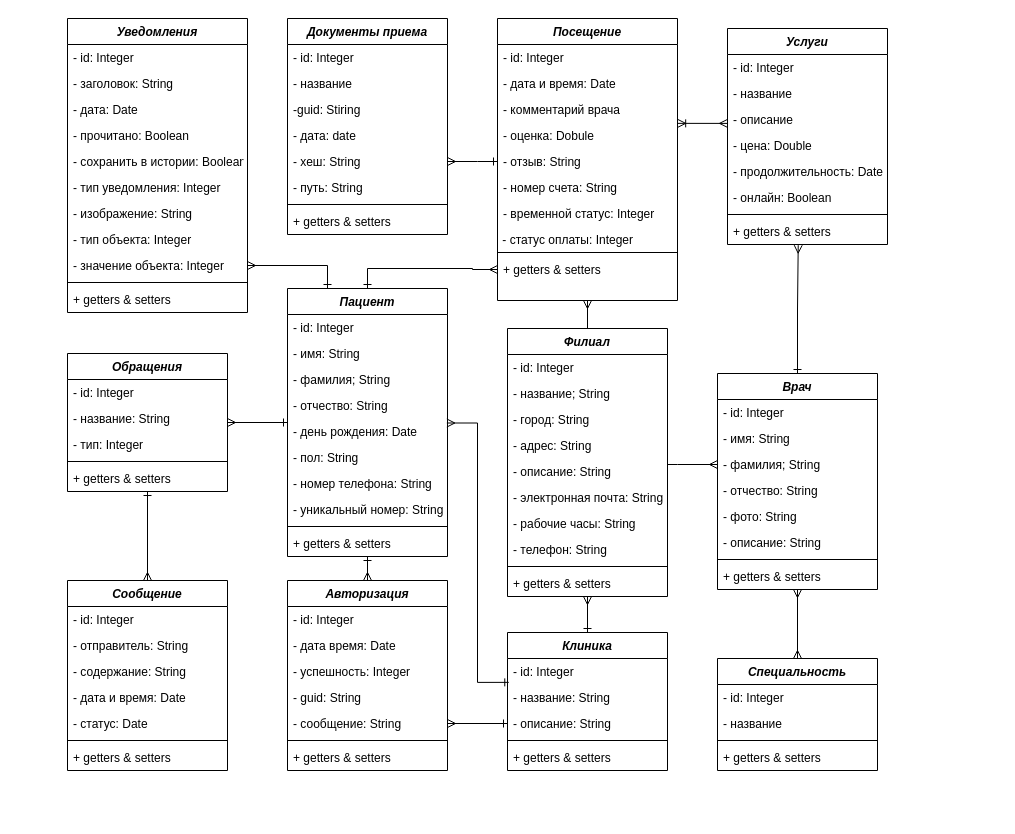
Earlier version of the draw.io diagram Диаграмма без названия.drawio (Empat1/APIstart). Source tidied: cells renumbered, new cells numbered last; positions are measured from the earlier drawing's top-left corner, leaving out a move shared by most shapes. Both pictures are drawn from the tidied source at 100%, with x=0, y=0 at pixel (67, 18).
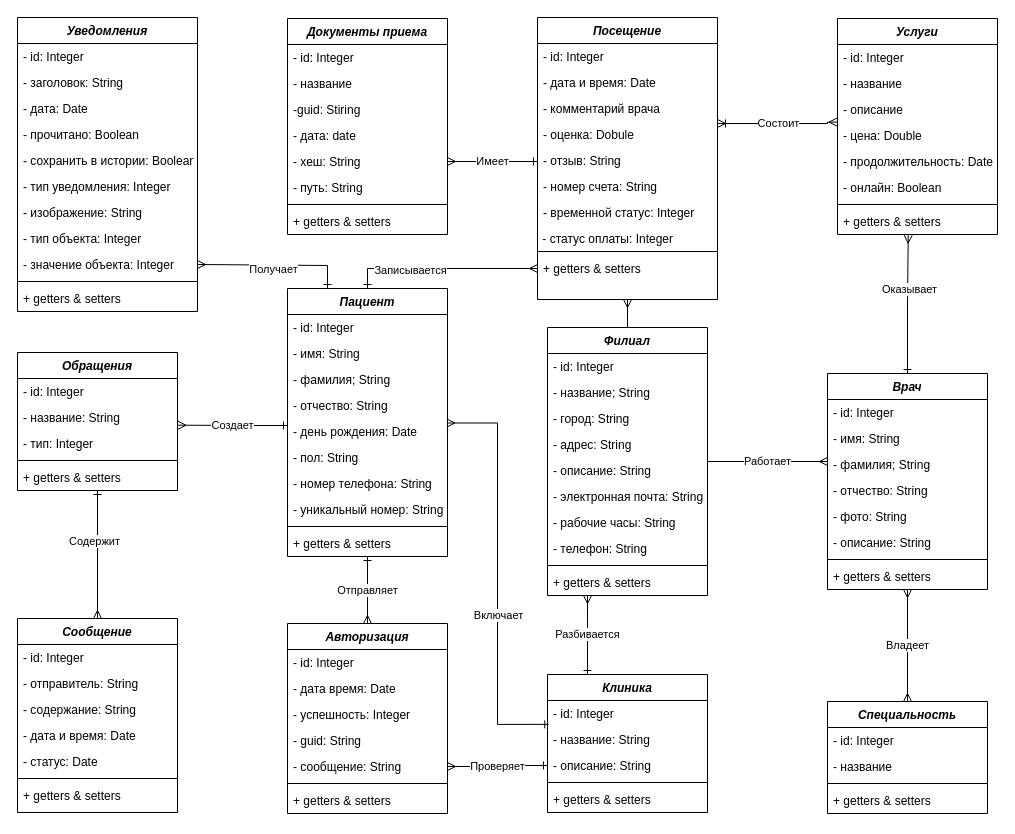
The same diagram, later.

The change refers to these unchanged cells:
```xml
<mxCell id="2" style="edgeStyle=orthogonalEdgeStyle;rounded=0;jettySize=auto;html=1;entryX=0.5;entryY=0;entryDx=0;entryDy=0;startArrow=ERone;startFill=0;endArrow=ERmany;endFill=0;" parent="1" edge="1" source="3" target="104">
  <mxGeometry relative="1" as="geometry" />
</mxCell>
<mxCell id="5" value="- название: String" style="text;align=left;verticalAlign=top;spacingLeft=4;spacingRight=4;overflow=hidden;points=[[0,0.5],[1,0.5]];portConstraint=eastwest;rounded=0;shadow=0;html=0;" parent="3" vertex="1">
  <mxGeometry y="52" width="160" height="26" as="geometry" />
</mxCell>
<mxCell id="10" style="edgeStyle=orthogonalEdgeStyle;rounded=0;jettySize=auto;html=1;entryX=0.996;entryY=0.173;entryDx=0;entryDy=0;entryPerimeter=0;startArrow=ERone;startFill=0;endArrow=ERmany;endFill=0;exitX=0.008;exitY=0.918;exitDx=0;exitDy=0;exitPerimeter=0;" parent="1" edge="1" source="12" target="39">
  <mxGeometry relative="1" as="geometry" />
</mxCell>
<mxCell id="14" value="- описание: String" style="text;align=left;verticalAlign=top;spacingLeft=4;spacingRight=4;overflow=hidden;points=[[0,0.5],[1,0.5]];portConstraint=eastwest;rounded=0;shadow=0;html=0;" parent="11" vertex="1">
  <mxGeometry y="78" width="160" height="26" as="geometry" />
</mxCell>
<mxCell id="31" style="edgeStyle=orthogonalEdgeStyle;rounded=0;jettySize=auto;html=1;entryX=1;entryY=0.5;entryDx=0;entryDy=0;startArrow=ERone;startFill=0;endArrow=ERmany;endFill=0;exitX=0.25;exitY=0;exitDx=0;exitDy=0;" parent="1" edge="1" source="34" target="63">
  <mxGeometry relative="1" as="geometry">
    <Array as="points">
      <mxPoint x="260" y="247" />
    </Array>
  </mxGeometry>
</mxCell>
<mxCell id="32" style="edgeStyle=orthogonalEdgeStyle;rounded=0;jettySize=auto;html=1;entryX=0;entryY=0.5;entryDx=0;entryDy=0;startArrow=ERone;startFill=0;endArrow=ERmany;endFill=0;" parent="1" edge="1" source="34" target="103">
  <mxGeometry relative="1" as="geometry" />
</mxCell>
<mxCell id="34" value="Пациент " style="swimlane;fontStyle=3;align=center;verticalAlign=top;horizontal=1;startSize=26;rounded=0;shadow=0;strokeWidth=1;" parent="1" vertex="1">
  <mxGeometry x="220" y="270" width="160" height="268" as="geometry" />
</mxCell>
<mxCell id="50" value="- сообщение: String" style="text;align=left;verticalAlign=top;spacingLeft=4;spacingRight=4;overflow=hidden;points=[[0,0.5],[1,0.5]];portConstraint=eastwest;rounded=0;shadow=0;html=0;" parent="45" vertex="1">
  <mxGeometry y="130" width="160" height="26" as="geometry" />
</mxCell>
<mxCell id="67" style="edgeStyle=orthogonalEdgeStyle;rounded=0;jettySize=auto;html=1;startArrow=ERone;startFill=0;endArrow=ERmany;endFill=0;entryX=0.442;entryY=1.026;entryDx=0;entryDy=0;entryPerimeter=0;" parent="1" edge="1" source="68" target="91">
  <mxGeometry relative="1" as="geometry" />
</mxCell>
<mxCell id="71" value="- фамилия; String" style="text;align=left;verticalAlign=top;spacingLeft=4;spacingRight=4;overflow=hidden;points=[[0,0.5],[1,0.5]];portConstraint=eastwest;rounded=0;shadow=0;html=0;" parent="68" vertex="1">
  <mxGeometry y="78" width="160" height="26" as="geometry" />
</mxCell>
<mxCell id="86" value="- описание" style="text;align=left;verticalAlign=top;spacingLeft=4;spacingRight=4;overflow=hidden;points=[[0,0.5],[1,0.5]];portConstraint=eastwest;rounded=0;shadow=0;html=0;" parent="83" vertex="1">
  <mxGeometry y="78" width="160" height="26" as="geometry" />
</mxCell>
<mxCell id="97" value="- оценка: Dobule" style="text;align=left;verticalAlign=top;spacingLeft=4;spacingRight=4;overflow=hidden;points=[[0,0.5],[1,0.5]];portConstraint=eastwest;rounded=0;shadow=0;html=0;" parent="93" vertex="1">
  <mxGeometry y="104" width="180" height="26" as="geometry" />
</mxCell>
<mxCell id="117" value="- хеш: String" style="text;align=left;verticalAlign=top;spacingLeft=4;spacingRight=4;overflow=hidden;points=[[0,0.5],[1,0.5]];portConstraint=eastwest;rounded=0;shadow=0;html=0;" parent="112" vertex="1">
  <mxGeometry y="130" width="160" height="26" as="geometry" />
</mxCell>
```

The edit, as a diff of the source:
```diff
@@
+    <mxCell id="121" value="Содержит" style="edgeLabel;html=1;align=center;verticalAlign=middle;" parent="2" vertex="1">
+      <mxGeometry x="-0.22" y="-4" relative="1" as="geometry" />
+    </mxCell>
     <mxCell id="3" value="Обращения" style="swimlane;fontStyle=3;align=center;verticalAlign=top;horizontal=1;startSize=26;rounded=0;shadow=0;strokeWidth=1;" parent="1" vertex="1">
-      <mxGeometry y="335" width="160" height="138" as="geometry" />
+      <mxGeometry x="-50" y="334" width="160" height="138" as="geometry" />
     </mxCell>
@@
-    <mxCell id="9" style="edgeStyle=orthogonalEdgeStyle;rounded=0;jettySize=auto;html=1;endArrow=ERmany;endFill=0;startArrow=ERone;startFill=0;" parent="1" edge="1" source="11" target="19">
-      <mxGeometry relative="1" as="geometry" />
+    <mxCell id="9" value="Разбивается" style="edgeStyle=orthogonalEdgeStyle;rounded=0;jettySize=auto;html=1;endArrow=ERmany;endFill=0;startArrow=ERone;startFill=0;" parent="1" edge="1" source="11" target="19">
+      <mxGeometry relative="1" as="geometry">
+        <Array as="points">
+          <mxPoint x="520" y="600" />
+          <mxPoint x="520" y="600" />
+        </Array>
+      </mxGeometry>
     </mxCell>
@@
+    <mxCell id="122" value="Включает" style="edgeLabel;html=1;align=center;verticalAlign=middle;" parent="10" vertex="1">
+      <mxGeometry x="-0.2" relative="1" as="geometry" />
+    </mxCell>
     <mxCell id="11" value="Клиника" style="swimlane;fontStyle=3;align=center;verticalAlign=top;horizontal=1;startSize=26;rounded=0;shadow=0;strokeWidth=1;" parent="1" vertex="1">
-      <mxGeometry x="440" y="614" width="160" height="138" as="geometry" />
+      <mxGeometry x="480" y="656" width="160" height="138" as="geometry" />
     </mxCell>
@@
-    <mxCell id="17" style="edgeStyle=orthogonalEdgeStyle;rounded=0;jettySize=auto;html=1;startArrow=baseDash;startFill=0;endArrow=ERmany;endFill=0;" parent="1" edge="1" source="19" target="71">
+    <mxCell id="17" value="Работает" style="edgeStyle=orthogonalEdgeStyle;rounded=0;jettySize=auto;html=1;startArrow=baseDash;startFill=0;endArrow=ERmany;endFill=0;" parent="1" edge="1" source="19" target="71">
       <mxGeometry relative="1" as="geometry">
         <Array as="points">
           <mxPoint x="610" y="446" />
           <mxPoint x="610" y="446" />
         </Array>
       </mxGeometry>
     </mxCell>
@@
     <mxCell id="19" value="Филиал" style="swimlane;fontStyle=3;align=center;verticalAlign=top;horizontal=1;startSize=26;rounded=0;shadow=0;strokeWidth=1;" parent="1" vertex="1">
-      <mxGeometry x="440" y="310" width="160" height="268" as="geometry" />
+      <mxGeometry x="480" y="309" width="160" height="268" as="geometry" />
     </mxCell>
@@
-    <mxCell id="30" style="edgeStyle=orthogonalEdgeStyle;rounded=0;jettySize=auto;html=1;entryX=0.5;entryY=0;entryDx=0;entryDy=0;startArrow=ERone;startFill=0;endArrow=ERmany;endFill=0;" parent="1" edge="1" source="34" target="45">
+    <mxCell id="30" value="Отправляет" style="edgeStyle=orthogonalEdgeStyle;rounded=0;jettySize=auto;html=1;entryX=0.5;entryY=0;entryDx=0;entryDy=0;startArrow=ERone;startFill=0;endArrow=ERmany;endFill=0;" parent="1" edge="1" source="34" target="45">
       <mxGeometry relative="1" as="geometry" />
     </mxCell>
@@
+    <mxCell id="123" value="Получает" style="edgeLabel;html=1;align=center;verticalAlign=middle;" parent="31" vertex="1">
+      <mxGeometry y="4" relative="1" as="geometry" />
+    </mxCell>
@@
+    <mxCell id="124" value="Записывается " style="edgeLabel;html=1;align=center;verticalAlign=middle;" parent="32" vertex="1">
+      <mxGeometry x="-0.35" y="-1" relative="1" as="geometry" />
+    </mxCell>
-    <mxCell id="33" style="edgeStyle=orthogonalEdgeStyle;rounded=0;jettySize=auto;html=1;startArrow=ERone;startFill=0;endArrow=ERmany;endFill=0;" parent="1" edge="1" source="34">
+    <mxCell id="33" value="Создает" style="edgeStyle=orthogonalEdgeStyle;rounded=0;jettySize=auto;html=1;startArrow=ERone;startFill=0;endArrow=ERmany;endFill=0;entryX=1.003;entryY=0.796;entryDx=0;entryDy=0;entryPerimeter=0;" parent="1" edge="1" source="34" target="5">
       <mxGeometry relative="1" as="geometry">
-        <mxPoint x="160" y="404" as="targetPoint" />
         <Array as="points">
-          <mxPoint x="160" y="404" />
+          <mxPoint x="180" y="407" />
+          <mxPoint x="180" y="407" />
         </Array>
       </mxGeometry>
     </mxCell>
@@
     <mxCell id="45" value="Авторизация" style="swimlane;fontStyle=3;align=center;verticalAlign=top;horizontal=1;startSize=26;rounded=0;shadow=0;strokeWidth=1;" parent="1" vertex="1">
-      <mxGeometry x="220" y="562" width="160" height="190" as="geometry" />
+      <mxGeometry x="220" y="605" width="160" height="190" as="geometry" />
     </mxCell>
@@
-    <mxCell id="53" style="edgeStyle=orthogonalEdgeStyle;rounded=0;jettySize=auto;html=1;entryX=1;entryY=0.5;entryDx=0;entryDy=0;startArrow=ERone;startFill=0;endArrow=ERmany;endFill=0;exitX=0;exitY=0.5;exitDx=0;exitDy=0;" parent="1" edge="1" source="14" target="50">
+    <mxCell id="53" value="Проверяет" style="edgeStyle=orthogonalEdgeStyle;rounded=0;jettySize=auto;html=1;entryX=1;entryY=0.5;entryDx=0;entryDy=0;startArrow=ERone;startFill=0;endArrow=ERmany;endFill=0;exitX=0;exitY=0.5;exitDx=0;exitDy=0;" parent="1" edge="1" source="14" target="50">
       <mxGeometry relative="1" as="geometry" />
     </mxCell>
     <mxCell id="54" value="Уведомления" style="swimlane;fontStyle=3;align=center;verticalAlign=top;horizontal=1;startSize=26;rounded=0;shadow=0;strokeWidth=1;" parent="1" vertex="1">
-      <mxGeometry width="180" height="294" as="geometry" />
+      <mxGeometry x="-50" y="-1" width="180" height="294" as="geometry" />
     </mxCell>
@@
-    <mxCell id="66" style="edgeStyle=orthogonalEdgeStyle;rounded=0;jettySize=auto;html=1;entryX=0.5;entryY=0;entryDx=0;entryDy=0;startArrow=ERmany;startFill=0;endArrow=ERmany;endFill=0;" parent="1" edge="1" source="68" target="77">
+    <mxCell id="66" value="Владеет" style="edgeStyle=orthogonalEdgeStyle;rounded=0;jettySize=auto;html=1;entryX=0.5;entryY=0;entryDx=0;entryDy=0;startArrow=ERmany;startFill=0;endArrow=ERmany;endFill=0;" parent="1" edge="1" source="68" target="77">
       <mxGeometry relative="1" as="geometry" />
     </mxCell>
@@
+    <mxCell id="125" value="Оказывает" style="edgeLabel;html=1;align=center;verticalAlign=middle;" parent="67" vertex="1">
+      <mxGeometry x="0.22" y="-1" relative="1" as="geometry" />
+    </mxCell>
     <mxCell id="68" value="Врач" style="swimlane;fontStyle=3;align=center;verticalAlign=top;horizontal=1;startSize=26;rounded=0;shadow=0;strokeWidth=1;" parent="1" vertex="1">
-      <mxGeometry x="650" y="355" width="160" height="216" as="geometry" />
+      <mxGeometry x="760" y="355" width="160" height="216" as="geometry" />
     </mxCell>
@@
     <mxCell id="77" value="Специальность" style="swimlane;fontStyle=3;align=center;verticalAlign=top;horizontal=1;startSize=26;rounded=0;shadow=0;strokeWidth=1;" parent="1" vertex="1">
-      <mxGeometry x="650" y="640" width="160" height="112" as="geometry" />
+      <mxGeometry x="760" y="683" width="160" height="112" as="geometry" />
     </mxCell>
@@
-    <mxCell id="82" style="edgeStyle=orthogonalEdgeStyle;rounded=0;jettySize=auto;html=1;entryX=1.001;entryY=0.033;entryDx=0;entryDy=0;entryPerimeter=0;startArrow=ERmany;startFill=0;endArrow=ERoneToMany;endFill=0;exitX=0;exitY=0.617;exitDx=0;exitDy=0;exitPerimeter=0;" parent="1" edge="1" source="86" target="97">
+    <mxCell id="82" value="Состоит" style="edgeStyle=orthogonalEdgeStyle;rounded=0;jettySize=auto;html=1;startArrow=ERmany;startFill=0;endArrow=ERoneToMany;endFill=0;exitX=-0.003;exitY=0.984;exitDx=0;exitDy=0;exitPerimeter=0;" parent="1" edge="1" source="86" target="97">
       <mxGeometry relative="1" as="geometry">
         <Array as="points">
-          <mxPoint x="610" y="105" />
+          <mxPoint x="760" y="104" />
+          <mxPoint x="760" y="105" />
         </Array>
       </mxGeometry>
     </mxCell>
     <mxCell id="83" value="Услуги" style="swimlane;fontStyle=3;align=center;verticalAlign=top;horizontal=1;startSize=26;rounded=0;shadow=0;strokeWidth=1;" parent="1" vertex="1">
-      <mxGeometry x="660" y="10" width="160" height="216" as="geometry" />
+      <mxGeometry x="770" width="160" height="216" as="geometry" />
     </mxCell>
@@
-    <mxCell id="92" style="edgeStyle=orthogonalEdgeStyle;rounded=0;jettySize=auto;html=1;entryX=1;entryY=0.5;entryDx=0;entryDy=0;startArrow=ERone;startFill=0;endArrow=ERmany;endFill=0;" parent="1" edge="1" source="93" target="117">
+    <mxCell id="92" value="Имеет" style="edgeStyle=orthogonalEdgeStyle;rounded=0;jettySize=auto;html=1;entryX=1;entryY=0.5;entryDx=0;entryDy=0;startArrow=ERone;startFill=0;endArrow=ERmany;endFill=0;" parent="1" edge="1" source="93" target="117">
       <mxGeometry relative="1" as="geometry">
         <Array as="points">
           <mxPoint x="410" y="143" />
           <mxPoint x="410" y="143" />
         </Array>
       </mxGeometry>
     </mxCell>
     <mxCell id="93" value="Посещение" style="swimlane;fontStyle=3;align=center;verticalAlign=top;horizontal=1;startSize=26;rounded=0;shadow=0;strokeWidth=1;" parent="1" vertex="1">
-      <mxGeometry x="430" width="180" height="282" as="geometry" />
+      <mxGeometry x="470" y="-1" width="180" height="282" as="geometry" />
     </mxCell>
@@
     <mxCell id="104" value="Сообщение" style="swimlane;fontStyle=3;align=center;verticalAlign=top;horizontal=1;startSize=26;rounded=0;shadow=0;strokeWidth=1;" parent="1" vertex="1">
-      <mxGeometry y="562" width="160" height="190" as="geometry" />
+      <mxGeometry x="-50" y="600" width="160" height="194" as="geometry" />
     </mxCell>
```
